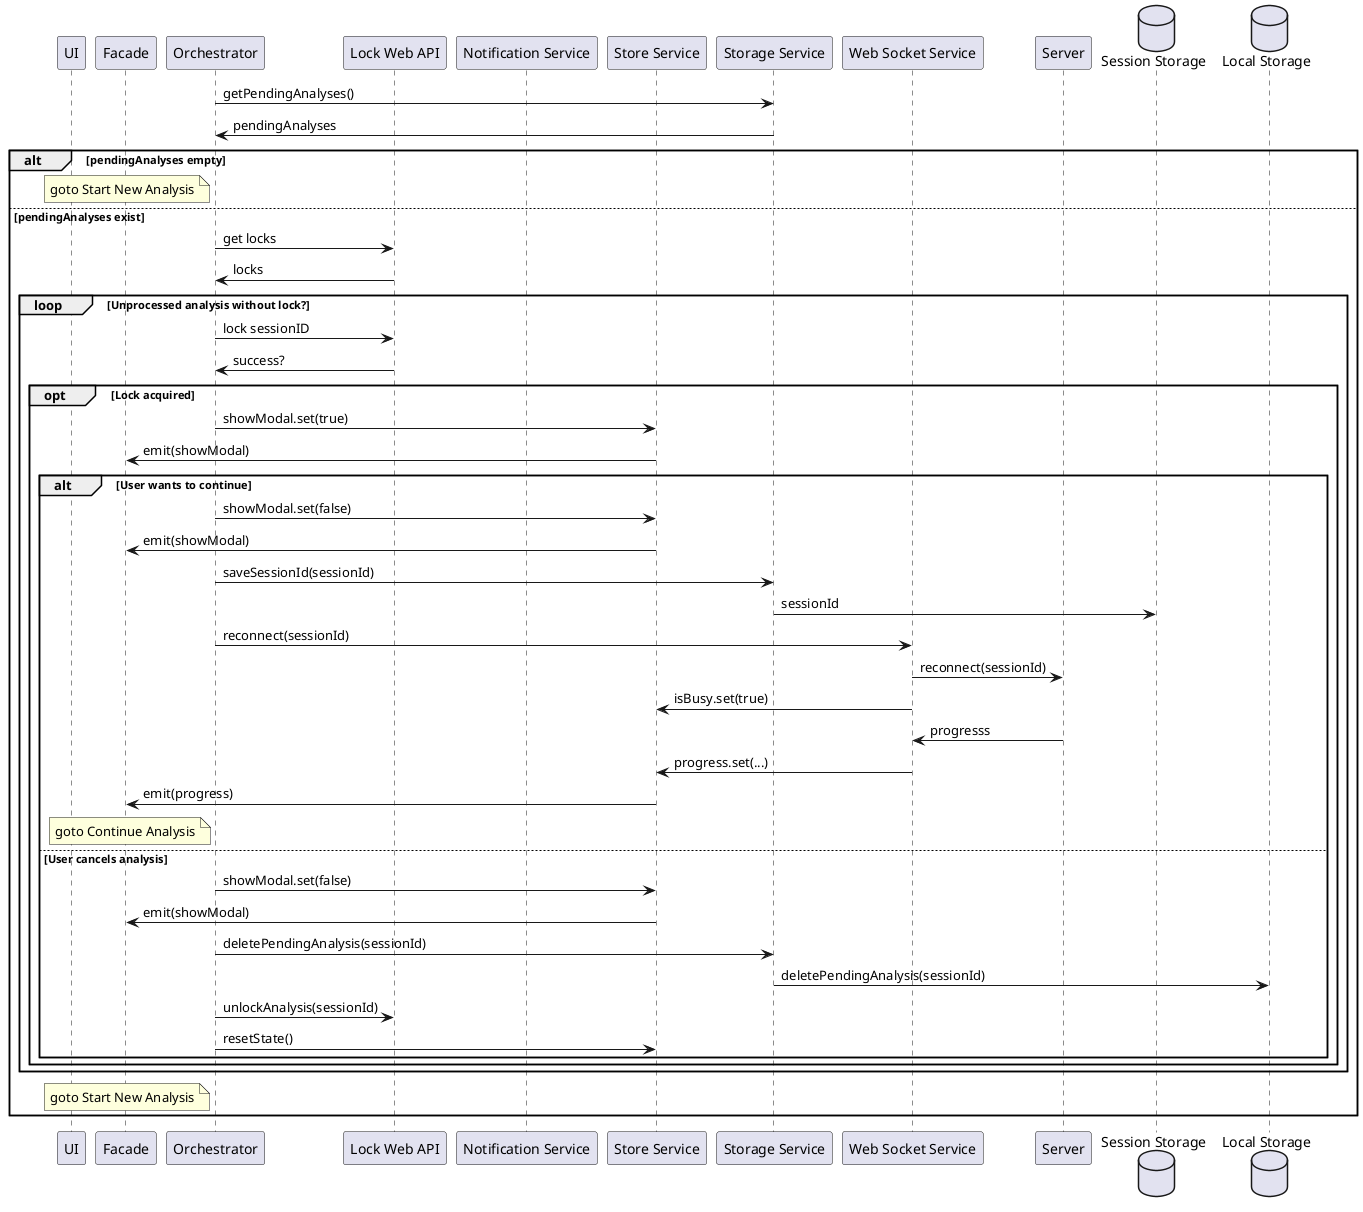
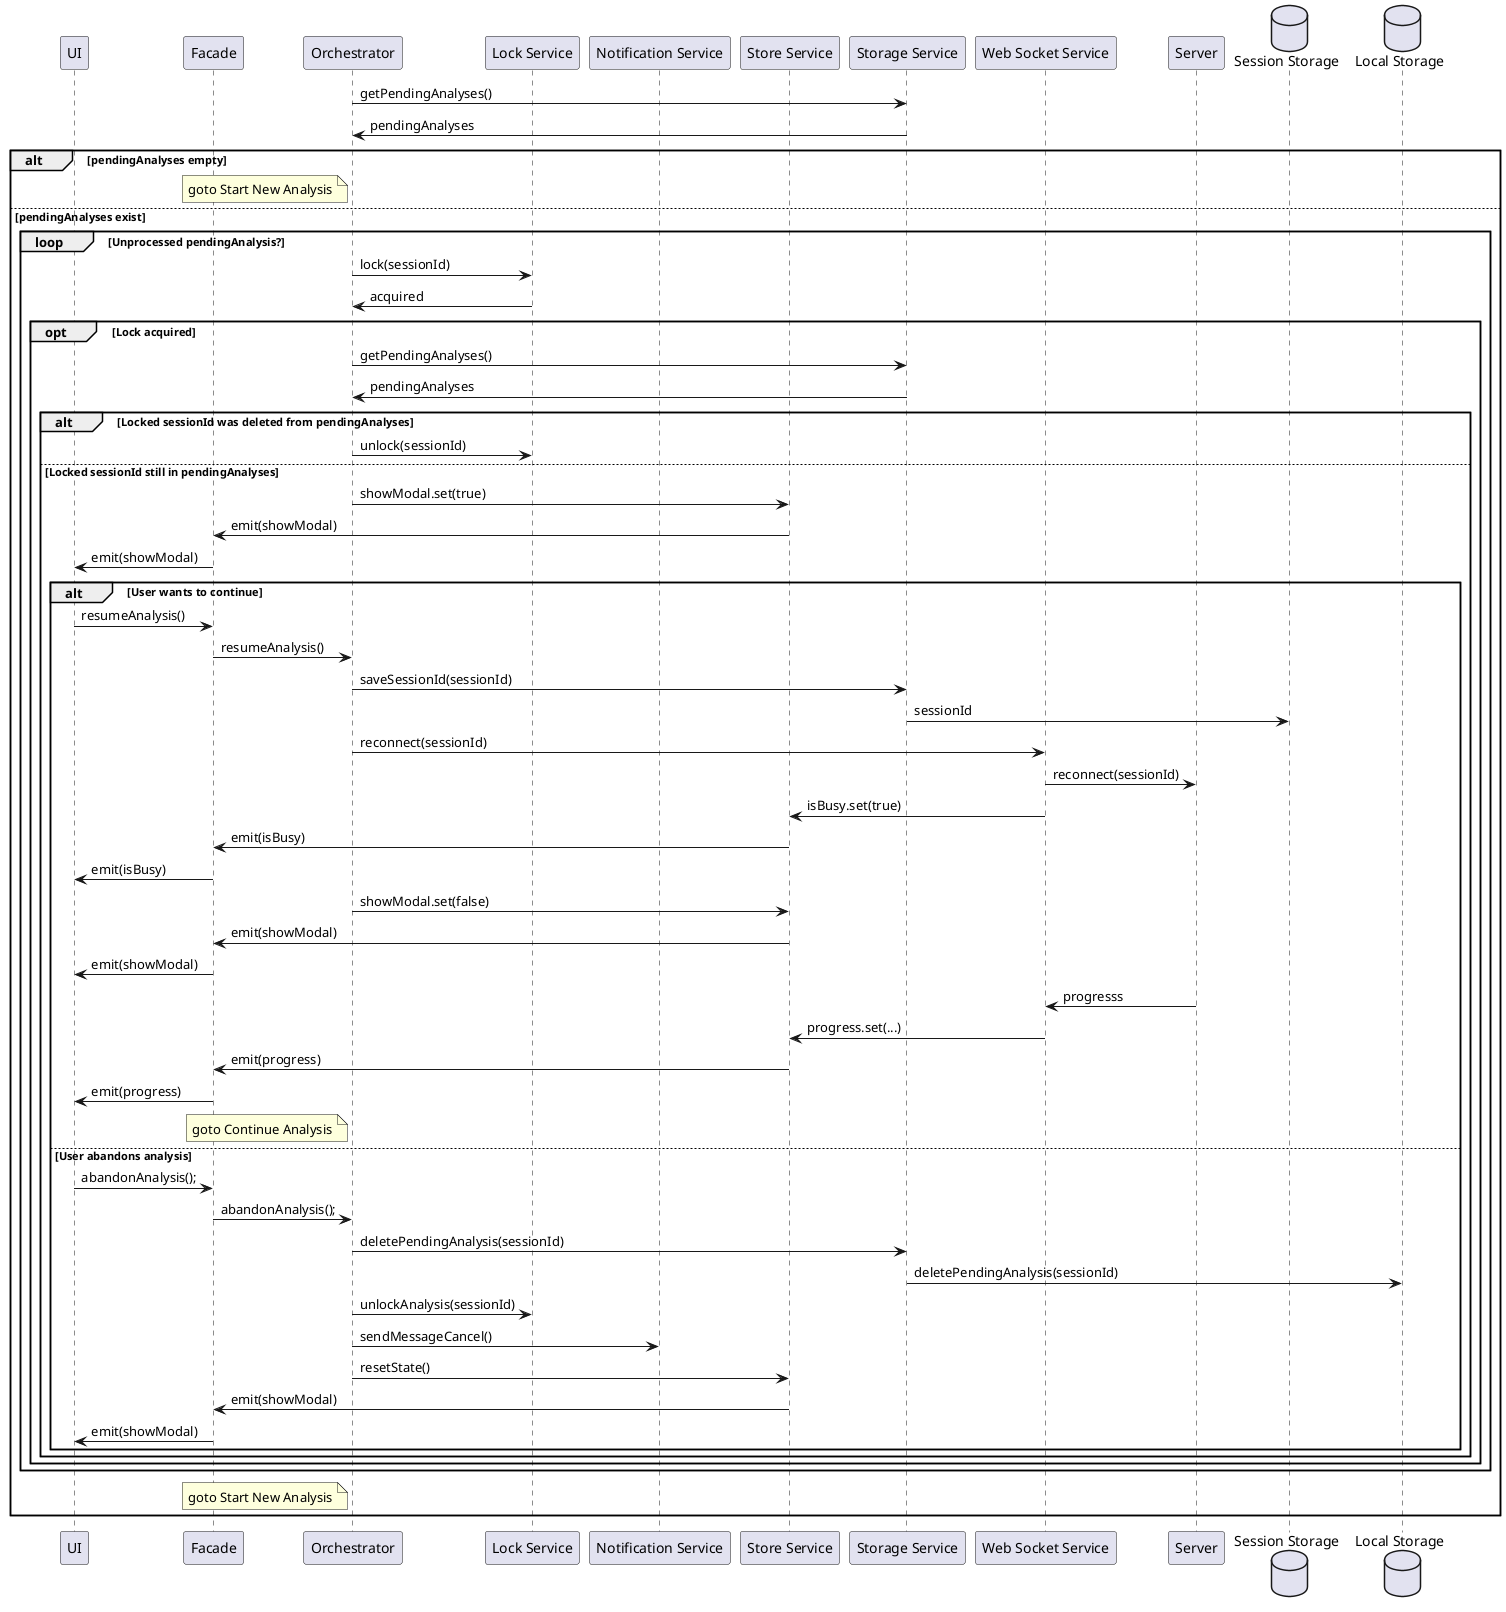
@startuml Try To Resume Analysis

participant "UI" as U
participant "Facade" as F
participant "Orchestrator" as O
- participant "Lock Web API" as L
+ participant "Lock Service" as L
participant "Notification Service" as N
participant "Store Service" as ST
participant "Storage Service" as STG
participant "Web Socket Service" as WS
participant "Server" as SRV

database "Session Storage" as SS
database "Local Storage" as LS

O -> STG: getPendingAnalyses()
STG -> O: pendingAnalyses

alt pendingAnalyses empty
    note left of O: goto Start New Analysis

else pendingAnalyses exist
-     O -> L: get locks
-     L -> O: locks
- 
-     loop Unprocessed analysis without lock?
-         O -> L: lock sessionID
-         L -> O: success?
+     loop Unprocessed pendingAnalysis?
+         O -> L: lock(sessionId)
+         L -> O: acquired

        opt Lock acquired
-             O -> ST: showModal.set(true)
-             ST -> F: emit(showModal)
+             O -> STG: getPendingAnalyses()
+             STG -> O: pendingAnalyses

-             alt User wants to continue
-                 O -> ST: showModal.set(false)
+             alt Locked sessionId was deleted from pendingAnalyses
+                 O -> L: unlock(sessionId)
+ 
+             else Locked sessionId still in pendingAnalyses
+                 O -> ST: showModal.set(true)
                ST -> F: emit(showModal)
-                 O -> STG: saveSessionId(sessionId)
-                 STG -> SS: sessionId
-                 O -> WS: reconnect(sessionId)
-                 WS -> SRV: reconnect(sessionId)
-                 WS -> ST: isBusy.set(true)
-                 SRV -> WS: progresss
-                 WS -> ST: progress.set(...)
-                 ST -> F: emit(progress)
-                 note left of O: goto Continue Analysis
+                 F -> U: emit(showModal)

-             else User cancels analysis
-                 O -> ST: showModal.set(false)
-                 ST -> F: emit(showModal)
-                 O -> STG: deletePendingAnalysis(sessionId)
-                 STG -> LS: deletePendingAnalysis(sessionId)
-                 O -> L: unlockAnalysis(sessionId)
-                 O -> ST: resetState()
+                 alt User wants to continue
+                     U -> F: resumeAnalysis()
+                     F -> O: resumeAnalysis()
+                     O -> STG: saveSessionId(sessionId)
+                     STG -> SS: sessionId
+                     O -> WS: reconnect(sessionId)
+                     WS -> SRV: reconnect(sessionId)
+                     WS -> ST: isBusy.set(true)
+                     ST -> F: emit(isBusy)
+                     F -> U: emit(isBusy)
+                     O -> ST: showModal.set(false)
+                     ST -> F: emit(showModal)
+                     F -> U: emit(showModal)
+                     SRV -> WS: progresss
+                     WS -> ST: progress.set(...)
+                     ST -> F: emit(progress)
+                     F -> U: emit(progress)
+                     note left of O: goto Continue Analysis
+ 
+                 else User abandons analysis
+                     U -> F: abandonAnalysis();
+                     F -> O: abandonAnalysis();
+                     O -> STG: deletePendingAnalysis(sessionId)
+                     STG -> LS: deletePendingAnalysis(sessionId)
+                     O -> L: unlockAnalysis(sessionId)
+                     O -> N: sendMessageCancel()
+                     O -> ST: resetState()
+                     ST -> F: emit(showModal)
+                     F -> U: emit(showModal)
+                 end
            end
        end
    end

   note left of O: goto Start New Analysis
end

@enduml